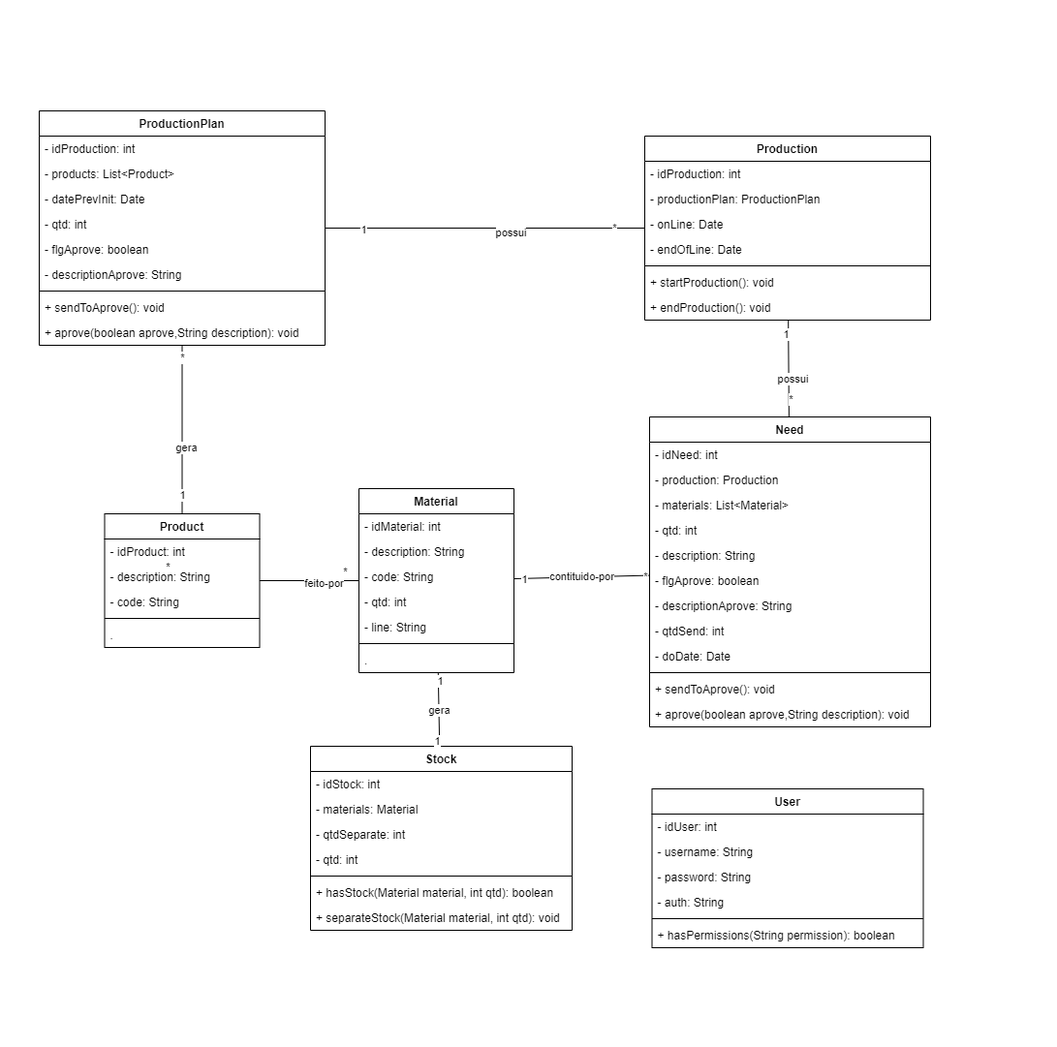
Above: docs/imagens/diagram_classes.drawio.png in eduardobandeiramg/mrp (draw.io), before the change. Source tidied: cells renumbered, new cells last; positions are measured from the earlier drawing's top-left corner, leaving out a move shared by most shapes.
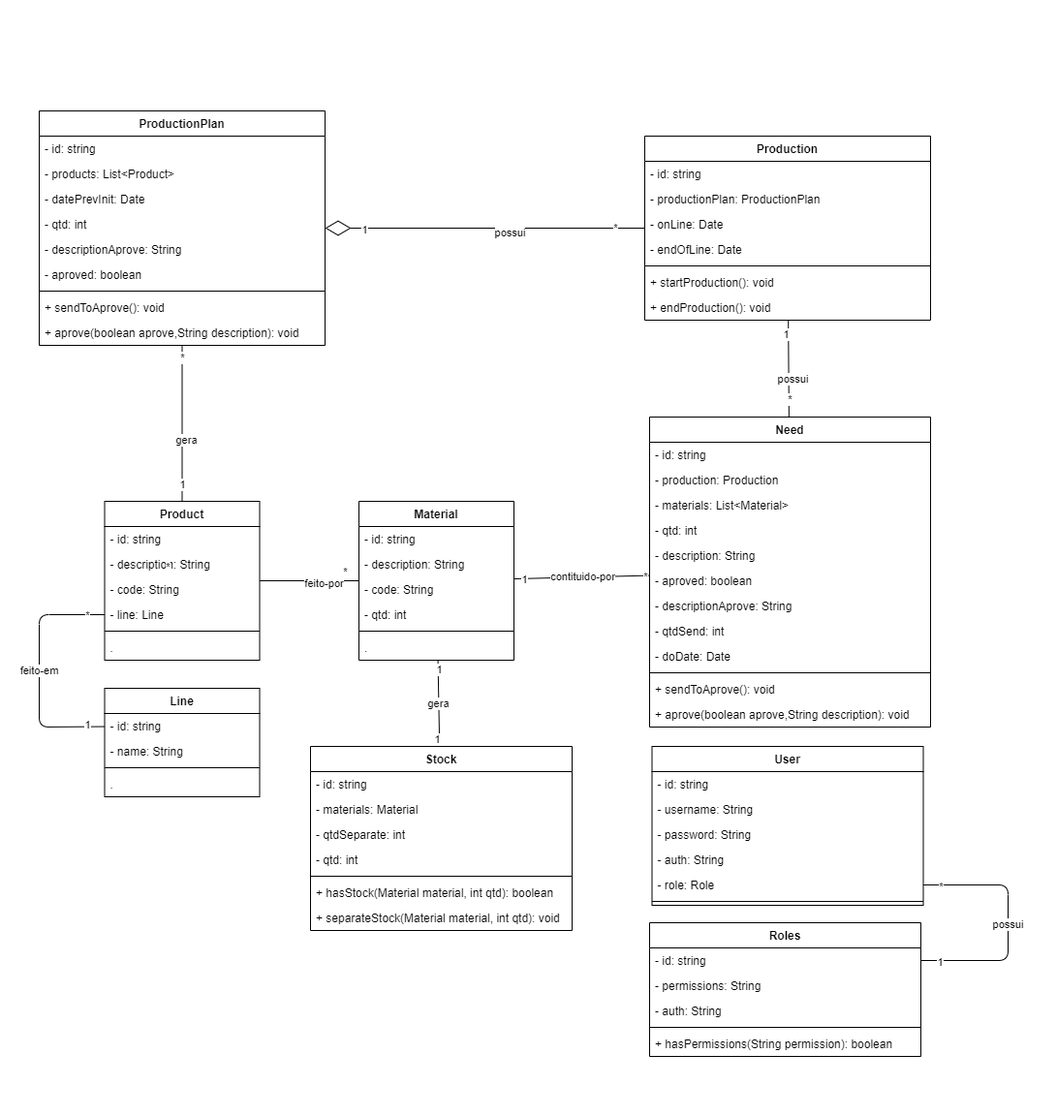
Later version of the same file.

Commit message:
#75 fix: doc class diagram

What changed in the source:
```diff
@@ -3,30 +3,33 @@
     <mxCell id="0" />
     <mxCell id="1" parent="0" />
     <mxCell id="2" style="rounded=0;whiteSpace=wrap;html=1;strokeColor=none;" parent="1" vertex="1">
-      <mxGeometry width="1090" height="1080" as="geometry" />
+      <mxGeometry width="1090" height="1150" as="geometry" />
     </mxCell>
     <mxCell id="3" value="Product" style="swimlane;fontStyle=1;align=center;verticalAlign=top;horizontal=1;startSize=26;" parent="1" vertex="1">
-      <mxGeometry x="107.5" y="530" width="160" height="138" as="geometry" />
+      <mxGeometry x="107.5" y="517" width="160" height="164" as="geometry" />
     </mxCell>
-    <mxCell id="4" value="- idProduct: int" style="text;strokeColor=none;fillColor=none;align=left;verticalAlign=top;spacingLeft=4;spacingRight=4;overflow=hidden;" parent="3" vertex="1">
+    <mxCell id="4" value="- id: string" style="text;strokeColor=none;fillColor=none;align=left;verticalAlign=top;spacingLeft=4;spacingRight=4;overflow=hidden;" parent="3" vertex="1">
       <mxGeometry y="26" width="160" height="26" as="geometry" />
     </mxCell>
     <mxCell id="5" value="- description: String" style="text;strokeColor=none;fillColor=none;align=left;verticalAlign=top;spacingLeft=4;spacingRight=4;overflow=hidden;" parent="3" vertex="1">
       <mxGeometry y="52" width="160" height="26" as="geometry" />
     </mxCell>
+    <mxCell id="84" value="- code: String" style="text;strokeColor=none;fillColor=none;align=left;verticalAlign=top;spacingLeft=4;spacingRight=4;overflow=hidden;" parent="3" vertex="1">
+      <mxGeometry y="78" width="160" height="26" as="geometry" />
+    </mxCell>
-    <mxCell id="6" value="- code: String" style="text;strokeColor=none;fillColor=none;align=left;verticalAlign=top;spacingLeft=4;spacingRight=4;overflow=hidden;points=[[0,0.5],[1,0.5]];portConstraint=eastwest;" parent="3" vertex="1">
-      <mxGeometry y="78" width="160" height="26" as="geometry" />
+    <mxCell id="6" value="- line: Line" style="text;strokeColor=none;fillColor=none;align=left;verticalAlign=top;spacingLeft=4;spacingRight=4;overflow=hidden;points=[[0,0.5],[1,0.5]];portConstraint=eastwest;" parent="3" vertex="1">
+      <mxGeometry y="104" width="160" height="26" as="geometry" />
     </mxCell>
     <mxCell id="7" style="line;strokeWidth=1;fillColor=none;align=left;verticalAlign=middle;spacingTop=-1;spacingLeft=3;spacingRight=3;labelPosition=right;strokeColor=inherit;" parent="3" vertex="1">
-      <mxGeometry y="104" width="160" height="8" as="geometry" />
+      <mxGeometry y="130" width="160" height="8" as="geometry" />
     </mxCell>
     <mxCell id="8" value="." style="text;strokeColor=none;fillColor=none;align=left;verticalAlign=top;spacingLeft=4;spacingRight=4;overflow=hidden;" parent="3" vertex="1">
-      <mxGeometry y="112" width="160" height="26" as="geometry" />
+      <mxGeometry y="138" width="160" height="26" as="geometry" />
     </mxCell>
     <mxCell id="9" value="ProductionPlan" style="swimlane;fontStyle=1;align=center;verticalAlign=top;horizontal=1;startSize=26;" parent="1" vertex="1">
       <mxGeometry x="40" y="114" width="295" height="242" as="geometry" />
     </mxCell>
-    <mxCell id="10" value="- idProduction: int" style="text;strokeColor=none;fillColor=none;align=left;verticalAlign=top;spacingLeft=4;spacingRight=4;overflow=hidden;" parent="9" vertex="1">
+    <mxCell id="10" value="- id: string" style="text;strokeColor=none;fillColor=none;align=left;verticalAlign=top;spacingLeft=4;spacingRight=4;overflow=hidden;" parent="9" vertex="1">
       <mxGeometry y="26" width="295" height="26" as="geometry" />
     </mxCell>
     <mxCell id="11" value="- products: List&lt;Product&gt;" style="text;strokeColor=none;fillColor=none;align=left;verticalAlign=top;spacingLeft=4;spacingRight=4;overflow=hidden;" parent="9" vertex="1">
@@ -38,12 +41,12 @@
     <mxCell id="13" value="- qtd: int" style="text;strokeColor=none;fillColor=none;align=left;verticalAlign=top;spacingLeft=4;spacingRight=4;overflow=hidden;" parent="9" vertex="1">
       <mxGeometry y="104" width="295" height="26" as="geometry" />
     </mxCell>
+    <mxCell id="15" value="- descriptionAprove: String" style="text;strokeColor=none;fillColor=none;align=left;verticalAlign=top;spacingLeft=4;spacingRight=4;overflow=hidden;" parent="9" vertex="1">
+      <mxGeometry y="130" width="295" height="26" as="geometry" />
+    </mxCell>
-    <mxCell id="14" value="- flgAprove: boolean" style="text;strokeColor=none;fillColor=none;align=left;verticalAlign=top;spacingLeft=4;spacingRight=4;overflow=hidden;" parent="9" vertex="1">
-      <mxGeometry y="130" width="295" height="26" as="geometry" />
+    <mxCell id="14" value="- aproved: boolean" style="text;strokeColor=none;fillColor=none;align=left;verticalAlign=top;spacingLeft=4;spacingRight=4;overflow=hidden;" parent="9" vertex="1">
+      <mxGeometry y="156" width="295" height="26" as="geometry" />
     </mxCell>
-    <mxCell id="15" value="- descriptionAprove: String" style="text;strokeColor=none;fillColor=none;align=left;verticalAlign=top;spacingLeft=4;spacingRight=4;overflow=hidden;" parent="9" vertex="1">
-      <mxGeometry y="156" width="295" height="26" as="geometry" />
-    </mxCell>
     <mxCell id="16" style="line;strokeWidth=1;fillColor=none;align=left;verticalAlign=middle;spacingTop=-1;spacingLeft=3;spacingRight=3;labelPosition=right;strokeColor=inherit;" parent="9" vertex="1">
       <mxGeometry y="182" width="295" height="8" as="geometry" />
     </mxCell>
@@ -54,9 +57,9 @@
       <mxGeometry y="216" width="295" height="26" as="geometry" />
     </mxCell>
     <mxCell id="19" value="User" style="swimlane;fontStyle=1;align=center;verticalAlign=top;horizontal=1;startSize=26;" parent="1" vertex="1">
-      <mxGeometry x="672.5" y="814" width="280" height="164" as="geometry" />
+      <mxGeometry x="672.5" y="770" width="280" height="164" as="geometry" />
     </mxCell>
-    <mxCell id="20" value="- idUser: int" style="text;strokeColor=none;fillColor=none;align=left;verticalAlign=top;spacingLeft=4;spacingRight=4;overflow=hidden;" parent="19" vertex="1">
+    <mxCell id="20" value="- id: string" style="text;strokeColor=none;fillColor=none;align=left;verticalAlign=top;spacingLeft=4;spacingRight=4;overflow=hidden;" parent="19" vertex="1">
       <mxGeometry y="26" width="280" height="26" as="geometry" />
     </mxCell>
     <mxCell id="21" value="- username: String" style="text;strokeColor=none;fillColor=none;align=left;verticalAlign=top;spacingLeft=4;spacingRight=4;overflow=hidden;" parent="19" vertex="1">
@@ -68,16 +71,16 @@
     <mxCell id="23" value="- auth: String" style="text;strokeColor=none;fillColor=none;align=left;verticalAlign=top;spacingLeft=4;spacingRight=4;overflow=hidden;" parent="19" vertex="1">
       <mxGeometry y="104" width="280" height="26" as="geometry" />
     </mxCell>
+    <mxCell id="85" value="- role: Role" style="text;strokeColor=none;fillColor=none;align=left;verticalAlign=top;spacingLeft=4;spacingRight=4;overflow=hidden;points=[[0,0.5],[1,0.5]];portConstraint=eastwest;" parent="19" vertex="1">
+      <mxGeometry y="130" width="280" height="26" as="geometry" />
+    </mxCell>
     <mxCell id="24" style="line;strokeWidth=1;fillColor=none;align=left;verticalAlign=middle;spacingTop=-1;spacingLeft=3;spacingRight=3;labelPosition=right;strokeColor=inherit;" parent="19" vertex="1">
-      <mxGeometry y="130" width="280" height="8" as="geometry" />
+      <mxGeometry y="156" width="280" height="8" as="geometry" />
     </mxCell>
-    <mxCell id="25" value="+ hasPermissions(String permission): boolean" style="text;strokeColor=none;fillColor=none;align=left;verticalAlign=top;spacingLeft=4;spacingRight=4;overflow=hidden;" parent="19" vertex="1">
-      <mxGeometry y="138" width="280" height="26" as="geometry" />
-    </mxCell>
     <mxCell id="26" value="Material" style="swimlane;fontStyle=1;align=center;verticalAlign=top;horizontal=1;startSize=26;" parent="1" vertex="1">
-      <mxGeometry x="370" y="504" width="160" height="190" as="geometry" />
+      <mxGeometry x="370" y="517" width="160" height="164" as="geometry" />
     </mxCell>
-    <mxCell id="27" value="- idMaterial: int" style="text;strokeColor=none;fillColor=none;align=left;verticalAlign=top;spacingLeft=4;spacingRight=4;overflow=hidden;" parent="26" vertex="1">
+    <mxCell id="27" value="- id: string" style="text;strokeColor=none;fillColor=none;align=left;verticalAlign=top;spacingLeft=4;spacingRight=4;overflow=hidden;" parent="26" vertex="1">
       <mxGeometry y="26" width="160" height="26" as="geometry" />
     </mxCell>
     <mxCell id="28" value="- description: String" style="text;strokeColor=none;fillColor=none;align=left;verticalAlign=top;spacingLeft=4;spacingRight=4;overflow=hidden;" parent="26" vertex="1">
@@ -89,19 +92,16 @@
     <mxCell id="30" value="- qtd: int" style="text;strokeColor=none;fillColor=none;align=left;verticalAlign=top;spacingLeft=4;spacingRight=4;overflow=hidden;" parent="26" vertex="1">
       <mxGeometry y="104" width="160" height="26" as="geometry" />
     </mxCell>
-    <mxCell id="31" value="- line: String" style="text;strokeColor=none;fillColor=none;align=left;verticalAlign=top;spacingLeft=4;spacingRight=4;overflow=hidden;" parent="26" vertex="1">
-      <mxGeometry y="130" width="160" height="26" as="geometry" />
-    </mxCell>
     <mxCell id="32" style="line;strokeWidth=1;fillColor=none;align=left;verticalAlign=middle;spacingTop=-1;spacingLeft=3;spacingRight=3;labelPosition=right;strokeColor=inherit;" parent="26" vertex="1">
-      <mxGeometry y="156" width="160" height="8" as="geometry" />
+      <mxGeometry y="130" width="160" height="8" as="geometry" />
     </mxCell>
     <mxCell id="33" value="." style="text;strokeColor=none;fillColor=none;align=left;verticalAlign=top;spacingLeft=4;spacingRight=4;overflow=hidden;" parent="26" vertex="1">
-      <mxGeometry y="164" width="160" height="26" as="geometry" />
+      <mxGeometry y="138" width="160" height="26" as="geometry" />
     </mxCell>
     <mxCell id="34" value="Need" style="swimlane;fontStyle=1;align=center;verticalAlign=top;horizontal=1;startSize=26;" parent="1" vertex="1">
       <mxGeometry x="670" y="430" width="290" height="320" as="geometry" />
     </mxCell>
-    <mxCell id="35" value="- idNeed: int" style="text;strokeColor=none;fillColor=none;align=left;verticalAlign=top;spacingLeft=4;spacingRight=4;overflow=hidden;" parent="34" vertex="1">
+    <mxCell id="35" value="- id: string" style="text;strokeColor=none;fillColor=none;align=left;verticalAlign=top;spacingLeft=4;spacingRight=4;overflow=hidden;" parent="34" vertex="1">
       <mxGeometry y="26" width="290" height="26" as="geometry" />
     </mxCell>
     <mxCell id="36" value="- production: Production" style="text;strokeColor=none;fillColor=none;align=left;verticalAlign=top;spacingLeft=4;spacingRight=4;overflow=hidden;" parent="34" vertex="1">
@@ -116,7 +116,7 @@
     <mxCell id="39" value="- description: String" style="text;strokeColor=none;fillColor=none;align=left;verticalAlign=top;spacingLeft=4;spacingRight=4;overflow=hidden;" parent="34" vertex="1">
       <mxGeometry y="130" width="290" height="26" as="geometry" />
     </mxCell>
-    <mxCell id="40" value="- flgAprove: boolean" style="text;strokeColor=none;fillColor=none;align=left;verticalAlign=top;spacingLeft=4;spacingRight=4;overflow=hidden;" parent="34" vertex="1">
+    <mxCell id="40" value="- aproved: boolean" style="text;strokeColor=none;fillColor=none;align=left;verticalAlign=top;spacingLeft=4;spacingRight=4;overflow=hidden;" parent="34" vertex="1">
       <mxGeometry y="156" width="290" height="26" as="geometry" />
     </mxCell>
     <mxCell id="41" value="- descriptionAprove: String" style="text;strokeColor=none;fillColor=none;align=left;verticalAlign=top;spacingLeft=4;spacingRight=4;overflow=hidden;" parent="34" vertex="1">
@@ -140,7 +140,7 @@
     <mxCell id="47" value="Stock" style="swimlane;fontStyle=1;align=center;verticalAlign=top;horizontal=1;startSize=26;" parent="1" vertex="1">
       <mxGeometry x="320" y="770" width="270" height="190" as="geometry" />
     </mxCell>
-    <mxCell id="48" value="- idStock: int" style="text;strokeColor=none;fillColor=none;align=left;verticalAlign=top;spacingLeft=4;spacingRight=4;overflow=hidden;" parent="47" vertex="1">
+    <mxCell id="48" value="- id: string" style="text;strokeColor=none;fillColor=none;align=left;verticalAlign=top;spacingLeft=4;spacingRight=4;overflow=hidden;" parent="47" vertex="1">
       <mxGeometry y="26" width="270" height="26" as="geometry" />
     </mxCell>
     <mxCell id="49" value="- materials: Material" style="text;strokeColor=none;fillColor=none;align=left;verticalAlign=top;spacingLeft=4;spacingRight=4;overflow=hidden;" parent="47" vertex="1">
@@ -226,7 +226,7 @@
     <mxCell id="73" value="Production" style="swimlane;fontStyle=1;align=center;verticalAlign=top;horizontal=1;startSize=26;" parent="1" vertex="1">
       <mxGeometry x="665" y="140" width="295" height="190" as="geometry" />
     </mxCell>
-    <mxCell id="74" value="- idProduction: int" style="text;strokeColor=none;fillColor=none;align=left;verticalAlign=top;spacingLeft=4;spacingRight=4;overflow=hidden;" parent="73" vertex="1">
+    <mxCell id="74" value="- id: string" style="text;strokeColor=none;fillColor=none;align=left;verticalAlign=top;spacingLeft=4;spacingRight=4;overflow=hidden;" parent="73" vertex="1">
       <mxGeometry y="26" width="295" height="26" as="geometry" />
     </mxCell>
     <mxCell id="75" value="- productionPlan: ProductionPlan" style="text;strokeColor=none;fillColor=none;align=left;verticalAlign=top;spacingLeft=4;spacingRight=4;overflow=hidden;" parent="73" vertex="1">
@@ -247,7 +247,7 @@
     <mxCell id="80" value="+ endProduction(): void" style="text;strokeColor=none;fillColor=none;align=left;verticalAlign=top;spacingLeft=4;spacingRight=4;overflow=hidden;" parent="73" vertex="1">
       <mxGeometry y="164" width="295" height="26" as="geometry" />
     </mxCell>
-    <mxCell id="81" value="1" style="endArrow=none;endFill=0;endSize=24;html=1;" parent="1" edge="1" source="73" target="9">
+    <mxCell id="81" value="1" style="endArrow=diamondThin;endFill=0;endSize=24;html=1;startArrow=none;startFill=0;" parent="1" edge="1" source="73" target="9">
       <mxGeometry x="0.76" y="2" relative="1" as="geometry" />
     </mxCell>
     <mxCell id="82" value="possui" style="edgeLabel;html=1;align=center;verticalAlign=middle;" parent="81" vertex="1">
@@ -258,5 +258,66 @@
     <mxCell id="83" value="*" style="edgeLabel;html=1;align=center;verticalAlign=middle;" parent="81" vertex="1">
       <mxGeometry x="-0.81" y="-1" relative="1" as="geometry" />
     </mxCell>
+    <mxCell id="86" value="Line" style="swimlane;fontStyle=1;align=center;verticalAlign=top;horizontal=1;startSize=26;" parent="1" vertex="1">
+      <mxGeometry x="107.5" y="710" width="160" height="112" as="geometry" />
+    </mxCell>
+    <mxCell id="87" value="- id: string" style="text;strokeColor=none;fillColor=none;align=left;verticalAlign=top;spacingLeft=4;spacingRight=4;overflow=hidden;points=[[0,0.5],[1,0.5]];portConstraint=eastwest;" parent="86" vertex="1">
+      <mxGeometry y="26" width="160" height="26" as="geometry" />
+    </mxCell>
+    <mxCell id="88" value="- name: String" style="text;strokeColor=none;fillColor=none;align=left;verticalAlign=top;spacingLeft=4;spacingRight=4;overflow=hidden;" parent="86" vertex="1">
+      <mxGeometry y="52" width="160" height="26" as="geometry" />
+    </mxCell>
+    <mxCell id="89" style="line;strokeWidth=1;fillColor=none;align=left;verticalAlign=middle;spacingTop=-1;spacingLeft=3;spacingRight=3;labelPosition=right;strokeColor=inherit;" parent="86" vertex="1">
+      <mxGeometry y="78" width="160" height="8" as="geometry" />
+    </mxCell>
+    <mxCell id="90" value="." style="text;strokeColor=none;fillColor=none;align=left;verticalAlign=top;spacingLeft=4;spacingRight=4;overflow=hidden;" parent="86" vertex="1">
+      <mxGeometry y="86" width="160" height="26" as="geometry" />
+    </mxCell>
+    <mxCell id="91" value="feito-em" style="edgeStyle=none;html=1;endArrow=none;endFill=0;" parent="1" edge="1" source="6" target="87">
+      <mxGeometry relative="1" as="geometry">
+        <Array as="points">
+          <mxPoint x="40" y="634" />
+          <mxPoint x="40" y="750" />
+        </Array>
+      </mxGeometry>
+    </mxCell>
+    <mxCell id="92" value="*" style="edgeLabel;html=1;align=center;verticalAlign=middle;" parent="91" vertex="1">
+      <mxGeometry x="-0.86" relative="1" as="geometry" />
+    </mxCell>
+    <mxCell id="93" value="1" style="edgeLabel;html=1;align=center;verticalAlign=middle;" parent="91" vertex="1">
+      <mxGeometry x="0.85" y="2" relative="1" as="geometry" />
+    </mxCell>
+    <mxCell id="94" value="Roles" style="swimlane;fontStyle=1;align=center;verticalAlign=top;horizontal=1;startSize=26;" parent="1" vertex="1">
+      <mxGeometry x="670" y="952" width="280" height="138" as="geometry" />
+    </mxCell>
+    <mxCell id="95" value="- id: string" style="text;strokeColor=none;fillColor=none;align=left;verticalAlign=top;spacingLeft=4;spacingRight=4;overflow=hidden;points=[[0,0.5],[1,0.5]];portConstraint=eastwest;" parent="94" vertex="1">
+      <mxGeometry y="26" width="280" height="26" as="geometry" />
+    </mxCell>
+    <mxCell id="96" value="- permissions: String" style="text;strokeColor=none;fillColor=none;align=left;verticalAlign=top;spacingLeft=4;spacingRight=4;overflow=hidden;" parent="94" vertex="1">
+      <mxGeometry y="52" width="280" height="26" as="geometry" />
+    </mxCell>
+    <mxCell id="97" value="- auth: String" style="text;strokeColor=none;fillColor=none;align=left;verticalAlign=top;spacingLeft=4;spacingRight=4;overflow=hidden;" parent="94" vertex="1">
+      <mxGeometry y="78" width="280" height="26" as="geometry" />
+    </mxCell>
+    <mxCell id="98" style="line;strokeWidth=1;fillColor=none;align=left;verticalAlign=middle;spacingTop=-1;spacingLeft=3;spacingRight=3;labelPosition=right;strokeColor=inherit;" parent="94" vertex="1">
+      <mxGeometry y="104" width="280" height="8" as="geometry" />
+    </mxCell>
+    <mxCell id="25" value="+ hasPermissions(String permission): boolean" style="text;strokeColor=none;fillColor=none;align=left;verticalAlign=top;spacingLeft=4;spacingRight=4;overflow=hidden;" parent="94" vertex="1">
+      <mxGeometry y="112" width="280" height="26" as="geometry" />
+    </mxCell>
+    <mxCell id="99" value="possui" style="edgeStyle=none;html=1;endArrow=none;endFill=0;" parent="1" edge="1" source="85" target="95">
+      <mxGeometry relative="1" as="geometry">
+        <Array as="points">
+          <mxPoint x="1040" y="913" />
+          <mxPoint x="1040" y="991" />
+        </Array>
+      </mxGeometry>
+    </mxCell>
+    <mxCell id="100" value="*" style="edgeLabel;html=1;align=center;verticalAlign=middle;" parent="99" vertex="1">
+      <mxGeometry x="-0.87" y="-1" relative="1" as="geometry" />
+    </mxCell>
+    <mxCell id="101" value="1" style="edgeLabel;html=1;align=center;verticalAlign=middle;" parent="99" vertex="1">
+      <mxGeometry x="0.86" y="1" relative="1" as="geometry" />
+    </mxCell>
   </root>
 </mxGraphModel>
```
